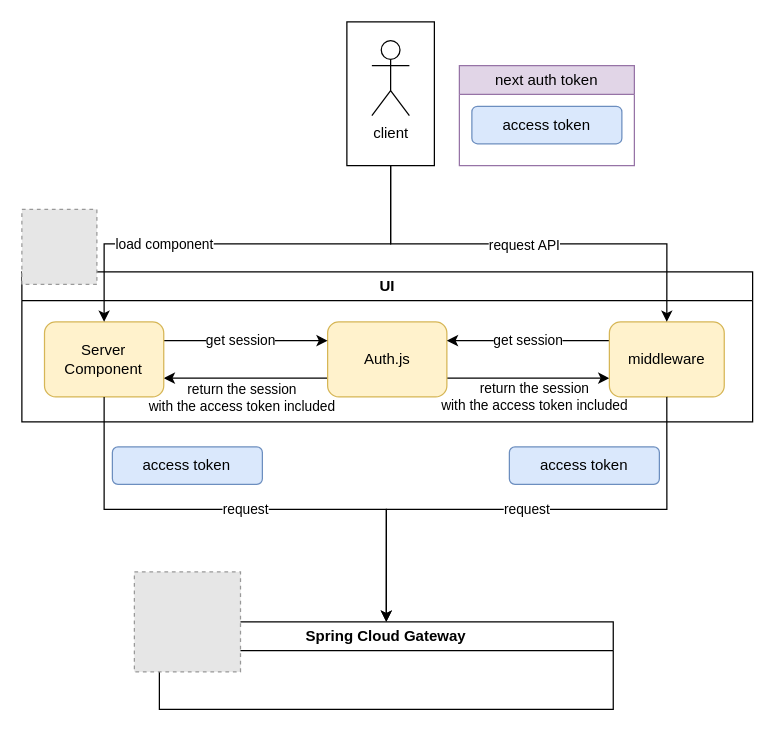
This is page "authentication flow (next)" (3 of 4) of hands-on-msa/hands-on-msa-with-spring-cloud/readme/msa-architecture.drawio from Gun2/hands-on-everything, a draw.io file, before an edit. Source tidied: cells renumbered, new cells numbered last; positions are measured from the earlier drawing's top-left corner, leaving out a move shared by most shapes. Both pictures are drawn from the tidied source at 125%, with x=0, y=0 at pixel (21, 21). Pictures stored in the file or linked from it are replaced by grey dashed boxes.
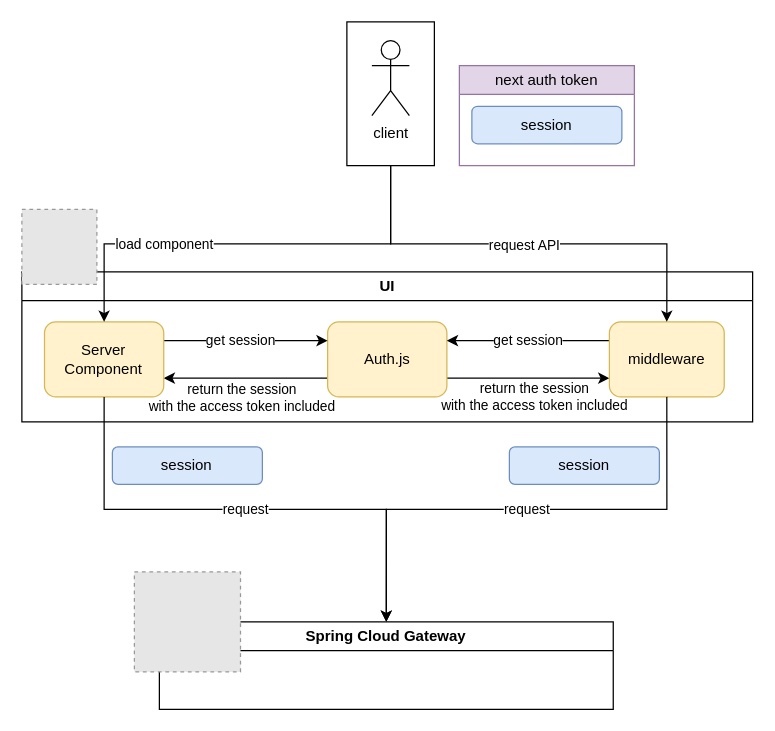
The same diagram, later.

Unchanged cells that the change refers to:
```xml
<mxCell id="23" value="&lt;span style=&quot;font-weight: 400;&quot;&gt;next auth token&lt;/span&gt;" style="swimlane;whiteSpace=wrap;html=1;fillColor=#e1d5e7;strokeColor=#9673a6;" parent="1" vertex="1">
  <mxGeometry x="350" y="35" width="140" height="80" as="geometry" />
</mxCell>
```

Diff of the diagram source:
```diff
@@
-    <mxCell id="6" value="access token" style="rounded=1;whiteSpace=wrap;html=1;fillColor=#dae8fc;strokeColor=#6c8ebf;" parent="1" vertex="1">
+    <mxCell id="6" value="session" style="rounded=1;whiteSpace=wrap;html=1;fillColor=#dae8fc;strokeColor=#6c8ebf;" parent="1" vertex="1">
       <mxGeometry x="72.4" y="340" width="120" height="30" as="geometry" />
     </mxCell>
@@
-    <mxCell id="24" value="access token" style="rounded=1;whiteSpace=wrap;html=1;fillColor=#dae8fc;strokeColor=#6c8ebf;" parent="23" vertex="1">
+    <mxCell id="24" value="session" style="rounded=1;whiteSpace=wrap;html=1;fillColor=#dae8fc;strokeColor=#6c8ebf;" parent="23" vertex="1">
       <mxGeometry x="10" y="32.5" width="120" height="30" as="geometry" />
     </mxCell>
@@
-    <mxCell id="27" value="access token" style="rounded=1;whiteSpace=wrap;html=1;fillColor=#dae8fc;strokeColor=#6c8ebf;" parent="1" vertex="1">
+    <mxCell id="27" value="session" style="rounded=1;whiteSpace=wrap;html=1;fillColor=#dae8fc;strokeColor=#6c8ebf;" parent="1" vertex="1">
       <mxGeometry x="390" y="340" width="120" height="30" as="geometry" />
     </mxCell>
```
